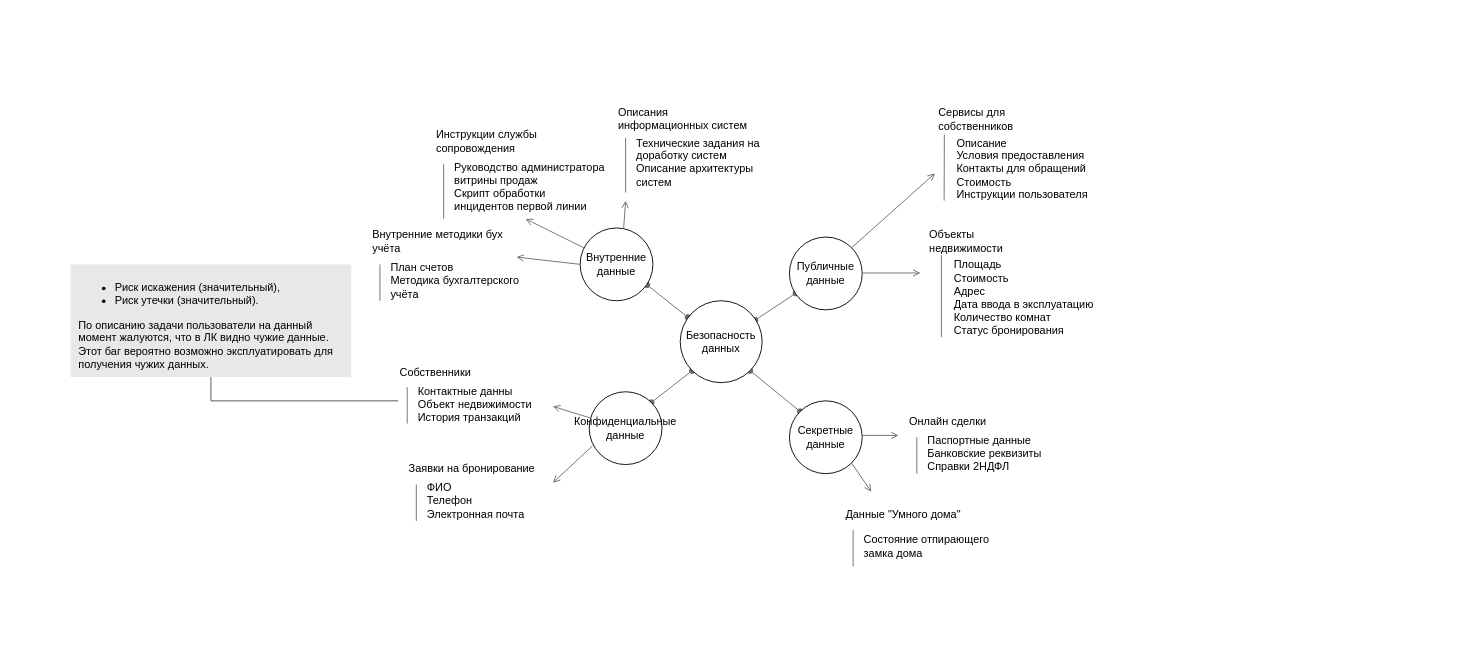
The draw.io diagram Exc1/checklist.drawio in GYolshin/architecture-sprint-7, before the edit. Source tidied: cells renumbered, new cells numbered last; positions are measured from the earlier drawing's top-left corner, leaving out a move shared by most shapes. Both pictures are drawn from the tidied source at 91%, with x=0, y=0 at pixel (70, 105).
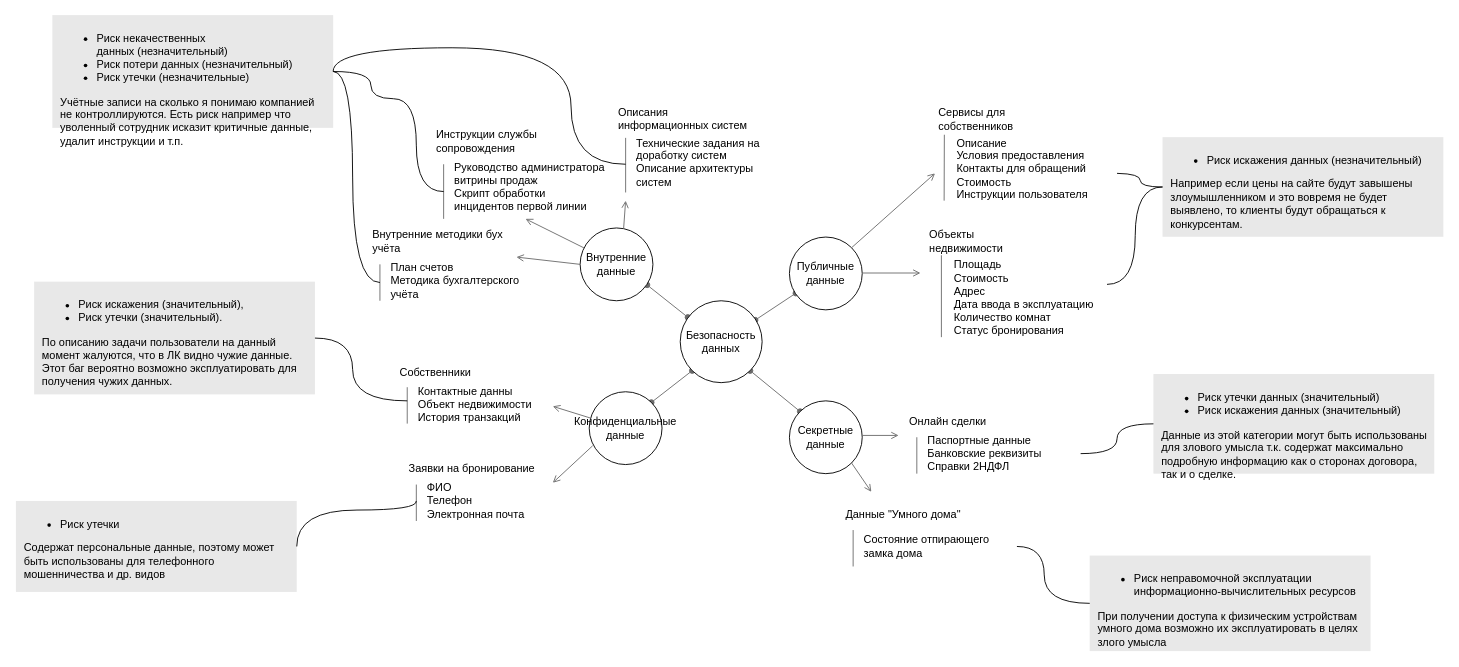
Above is the later version.

The change refers to these unchanged cells:
```xml
<mxCell id="13" value="Площадь&lt;div&gt;Стоимость&lt;/div&gt;&lt;div&gt;Адрес&lt;/div&gt;&lt;div&gt;Дата ввода в эксплуатацию&lt;/div&gt;&lt;div&gt;Количество комнат&lt;/div&gt;&lt;div&gt;Статус бронирования&lt;/div&gt;" style="text;html=1;align=left;verticalAlign=middle;whiteSpace=wrap;rounded=0;" parent="1" vertex="1">
  <mxGeometry x="969" y="197" width="170" height="30" as="geometry" />
</mxCell>
<mxCell id="39" value="&lt;div&gt;Паспортные данные&lt;/div&gt;&lt;div&gt;Банковские реквизиты&lt;/div&gt;&lt;div&gt;Справки 2НДФЛ&lt;/div&gt;" style="text;html=1;align=left;verticalAlign=middle;whiteSpace=wrap;rounded=0;" parent="1" vertex="1">
  <mxGeometry x="940" y="368" width="170" height="30" as="geometry" />
</mxCell>
<mxCell id="45" value="&lt;ul&gt;&lt;li&gt;&lt;font face=&quot;SB Sans Interface&quot;&gt;Риск искажения (значительный), &lt;/font&gt;&lt;/li&gt;&lt;li&gt;&lt;font face=&quot;SB Sans Interface&quot;&gt;Риск утечки (значительный).&amp;nbsp;&amp;nbsp;&lt;/font&gt;&lt;/li&gt;&lt;/ul&gt;&lt;div&gt;&lt;font face=&quot;SB Sans Interface&quot;&gt;По описанию задачи пользователи на данный момент жалуются, что в ЛК видно чужие данные. Этот баг вероятно возможно эксплуатировать для получения чужих данных.&lt;/font&gt;&lt;/div&gt;" style="whiteSpace=wrap;html=1;fillColor=#222222;strokeColor=none;opacity=10;labelPosition=center;verticalLabelPosition=middle;align=left;verticalAlign=top;spacingLeft=7;spacingBottom=7;spacingRight=7;" parent="43" vertex="1">
  <mxGeometry y="-60" width="308.6" height="123.9" as="geometry" />
</mxCell>
<mxCell id="47" value="&lt;div&gt;Состояние отпирающего замка дома&lt;/div&gt;" style="text;html=1;align=left;verticalAlign=middle;whiteSpace=wrap;rounded=0;" parent="1" vertex="1">
  <mxGeometry x="870" y="470" width="170" height="30" as="geometry" />
</mxCell>
```

What changed in the source:
```diff
@@
+    <mxCell id="50" style="edgeStyle=orthogonalEdgeStyle;rounded=0;jettySize=auto;html=1;entryX=0;entryY=0.5;entryDx=0;entryDy=0;endArrow=none;endFill=0;curved=1;" parent="1" edge="1" source="39" target="54">
+      <mxGeometry relative="1" as="geometry" />
+    </mxCell>
@@
     <mxCell id="43" style="group;" parent="1" vertex="1">
-      <mxGeometry y="235" width="360" height="90" as="geometry" />
+      <mxGeometry x="-40" y="254" width="360" height="90" as="geometry" />
     </mxCell>
-    <mxCell id="44" style="edgeStyle=orthogonalEdgeStyle;rounded=0;jettySize=auto;html=1;exitX=0.5;exitY=1;exitDx=0;exitDy=0;endArrow=none;endFill=0;strokeColor=#4D4D4D;" parent="43" edge="1" source="45">
-      <mxGeometry relative="1" as="geometry">
-        <mxPoint x="360" y="90" as="targetPoint" />
-        <Array as="points">
-          <mxPoint x="154.3" y="90" />
-          <mxPoint x="360" y="90" />
-        </Array>
-      </mxGeometry>
-    </mxCell>
@@
+    <mxCell id="51" style="edgeStyle=orthogonalEdgeStyle;rounded=0;jettySize=auto;html=1;endArrow=none;endFill=0;curved=1;exitX=1;exitY=0.5;exitDx=0;exitDy=0;entryX=0;entryY=0.5;entryDx=0;entryDy=0;" parent="1" edge="1" source="47" target="53">
+      <mxGeometry relative="1" as="geometry">
+        <Array as="points">
+          <mxPoint x="1070" y="485" />
+          <mxPoint x="1070" y="548" />
+        </Array>
+      </mxGeometry>
+    </mxCell>
@@
+    <mxCell id="52" style="edgeStyle=orthogonalEdgeStyle;rounded=0;jettySize=auto;html=1;curved=1;endArrow=none;endFill=0;" parent="1" edge="1" source="45">
+      <mxGeometry relative="1" as="geometry">
+        <mxPoint x="370" y="325" as="targetPoint" />
+        <Array as="points">
+          <mxPoint x="310" y="256" />
+          <mxPoint x="310" y="325" />
+        </Array>
+      </mxGeometry>
+    </mxCell>
+    <mxCell id="53" value="&lt;ul&gt;&lt;li&gt;&lt;font face=&quot;SB Sans Interface&quot;&gt;Риск неправомочной эксплуатации информационно-вычислительных ресурсов&lt;/font&gt;&lt;/li&gt;&lt;/ul&gt;&lt;div&gt;&lt;font face=&quot;SB Sans Interface&quot;&gt;При получении доступа к физическим устройствам умного дома возможно их эксплуатировать в целях злого умысла&amp;nbsp;&lt;/font&gt;&lt;/div&gt;" style="whiteSpace=wrap;html=1;fillColor=#222222;strokeColor=none;opacity=10;labelPosition=center;verticalLabelPosition=middle;align=left;verticalAlign=top;spacingLeft=7;spacingBottom=7;spacingRight=7;" parent="1" vertex="1">
+      <mxGeometry x="1120" y="495" width="308.6" height="105" as="geometry" />
+    </mxCell>
+    <mxCell id="54" value="&lt;ul&gt;&lt;li&gt;&lt;font face=&quot;SB Sans Interface&quot;&gt;Риск утечки данных (значительный)&lt;/font&gt;&lt;/li&gt;&lt;li&gt;&lt;font face=&quot;SB Sans Interface&quot;&gt;Риск искажения данных (значительный)&lt;/font&gt;&lt;/li&gt;&lt;/ul&gt;&lt;div&gt;&lt;font face=&quot;SB Sans Interface&quot;&gt;Данные из этой категории могут быть использованы для злового умысла т.к. содержат максимально подробную информацию как о сторонах договора, так и о сделке.&lt;/font&gt;&lt;/div&gt;" style="whiteSpace=wrap;html=1;fillColor=#222222;strokeColor=none;opacity=10;labelPosition=center;verticalLabelPosition=middle;align=left;verticalAlign=top;spacingLeft=7;spacingBottom=7;spacingRight=7;" parent="1" vertex="1">
+      <mxGeometry x="1190" y="295.5" width="308.6" height="109.5" as="geometry" />
+    </mxCell>
+    <mxCell id="55" style="edgeStyle=orthogonalEdgeStyle;rounded=0;jettySize=auto;html=1;endArrow=none;endFill=0;curved=1;exitX=1;exitY=0.5;exitDx=0;exitDy=0;" parent="1" edge="1" source="56">
+      <mxGeometry relative="1" as="geometry">
+        <mxPoint x="380" y="435" as="targetPoint" />
+        <Array as="points">
+          <mxPoint x="249" y="445" />
+          <mxPoint x="381" y="445" />
+        </Array>
+      </mxGeometry>
+    </mxCell>
+    <mxCell id="56" value="&lt;ul&gt;&lt;li&gt;&lt;span style=&quot;font-family: &amp;quot;SB Sans Interface&amp;quot;; background-color: initial;&quot;&gt;Риск утечки&amp;nbsp;&amp;nbsp;&lt;/span&gt;&lt;br&gt;&lt;/li&gt;&lt;/ul&gt;&lt;div&gt;Содержат персональные данные, поэтому может быть использованы для телефонного мошенничества и др. видов&lt;/div&gt;" style="whiteSpace=wrap;html=1;fillColor=#222222;strokeColor=none;opacity=10;labelPosition=center;verticalLabelPosition=middle;align=left;verticalAlign=top;spacingLeft=7;spacingBottom=7;spacingRight=7;" parent="1" vertex="1">
+      <mxGeometry x="-60" y="435" width="308.6" height="100" as="geometry" />
+    </mxCell>
+    <mxCell id="57" style="edgeStyle=orthogonalEdgeStyle;rounded=0;jettySize=auto;html=1;curved=1;endArrow=none;endFill=0;exitX=1;exitY=0.5;exitDx=0;exitDy=0;" parent="1" edge="1" source="59">
+      <mxGeometry relative="1" as="geometry">
+        <mxPoint x="410" y="95" as="targetPoint" />
+        <Array as="points">
+          <mxPoint x="330" y="-7" />
+          <mxPoint x="380" y="-7" />
+          <mxPoint x="380" y="95" />
+        </Array>
+      </mxGeometry>
+    </mxCell>
+    <mxCell id="58" style="edgeStyle=orthogonalEdgeStyle;rounded=0;jettySize=auto;html=1;endArrow=none;endFill=0;curved=1;exitX=1;exitY=0.5;exitDx=0;exitDy=0;" parent="1" edge="1" source="59">
+      <mxGeometry relative="1" as="geometry">
+        <mxPoint x="340" y="195" as="targetPoint" />
+        <Array as="points">
+          <mxPoint x="310" y="-37" />
+          <mxPoint x="310" y="195" />
+        </Array>
+      </mxGeometry>
+    </mxCell>
+    <mxCell id="59" value="&lt;ul&gt;&lt;li&gt;&lt;font face=&quot;SB Sans Interface&quot;&gt;Риск некачественных данных&amp;nbsp;&lt;/font&gt;&lt;span style=&quot;font-family: &amp;quot;SB Sans Interface&amp;quot;;&quot;&gt;(незначительный)&lt;/span&gt;&lt;/li&gt;&lt;li&gt;&lt;font face=&quot;SB Sans Interface&quot;&gt;Риск потери данных (незначительный)&lt;/font&gt;&lt;/li&gt;&lt;li&gt;&lt;font face=&quot;SB Sans Interface&quot;&gt;Риск утечки (незначительные)&lt;/font&gt;&lt;/li&gt;&lt;/ul&gt;&lt;div&gt;Учётные записи на сколько я понимаю компанией не контроллируются. Есть риск например что уволенный сотрудник исказит критичные данные, удалит инструкции и т.п.&lt;/div&gt;" style="whiteSpace=wrap;html=1;fillColor=#222222;strokeColor=none;opacity=10;labelPosition=center;verticalLabelPosition=middle;align=left;verticalAlign=top;spacingLeft=7;spacingBottom=7;spacingRight=7;" parent="1" vertex="1">
+      <mxGeometry x="-20" y="-98.9" width="308.6" height="123.9" as="geometry" />
+    </mxCell>
+    <mxCell id="60" style="edgeStyle=orthogonalEdgeStyle;rounded=0;jettySize=auto;html=1;endArrow=none;endFill=0;curved=1;exitX=1;exitY=0.5;exitDx=0;exitDy=0;" parent="1" edge="1" source="59">
+      <mxGeometry relative="1" as="geometry">
+        <mxPoint x="610" y="65" as="targetPoint" />
+        <Array as="points">
+          <mxPoint x="550" y="-63" />
+          <mxPoint x="550" y="65" />
+        </Array>
+      </mxGeometry>
+    </mxCell>
+    <mxCell id="61" style="edgeStyle=orthogonalEdgeStyle;rounded=0;jettySize=auto;html=1;curved=1;endArrow=none;endFill=0;" parent="1" edge="1" source="62">
+      <mxGeometry relative="1" as="geometry">
+        <mxPoint x="1150" y="75" as="targetPoint" />
+      </mxGeometry>
+    </mxCell>
+    <mxCell id="62" value="&lt;ul&gt;&lt;li&gt;&lt;font face=&quot;SB Sans Interface&quot;&gt;Риск искажения данных (незначительный)&lt;/font&gt;&lt;/li&gt;&lt;/ul&gt;&lt;div&gt;&lt;font face=&quot;SB Sans Interface&quot;&gt;Например если цены на сайте будут завышены злоумышленником и это вовремя не будет выявлено, то клиенты будут обращаться к конкурсентам.&lt;/font&gt;&lt;/div&gt;" style="whiteSpace=wrap;html=1;fillColor=#222222;strokeColor=none;opacity=10;labelPosition=center;verticalLabelPosition=middle;align=left;verticalAlign=top;spacingLeft=7;spacingBottom=7;spacingRight=7;" parent="1" vertex="1">
+      <mxGeometry x="1200" y="35.2" width="308.6" height="109.5" as="geometry" />
+    </mxCell>
+    <mxCell id="63" style="edgeStyle=orthogonalEdgeStyle;rounded=0;jettySize=auto;html=1;curved=1;endArrow=none;endFill=0;entryX=1;entryY=0;entryDx=0;entryDy=0;exitX=0;exitY=0.5;exitDx=0;exitDy=0;" parent="1" edge="1" source="62" target="13">
+      <mxGeometry relative="1" as="geometry">
+        <Array as="points">
+          <mxPoint x="1170" y="90" />
+          <mxPoint x="1170" y="197" />
+        </Array>
+      </mxGeometry>
+    </mxCell>
```
